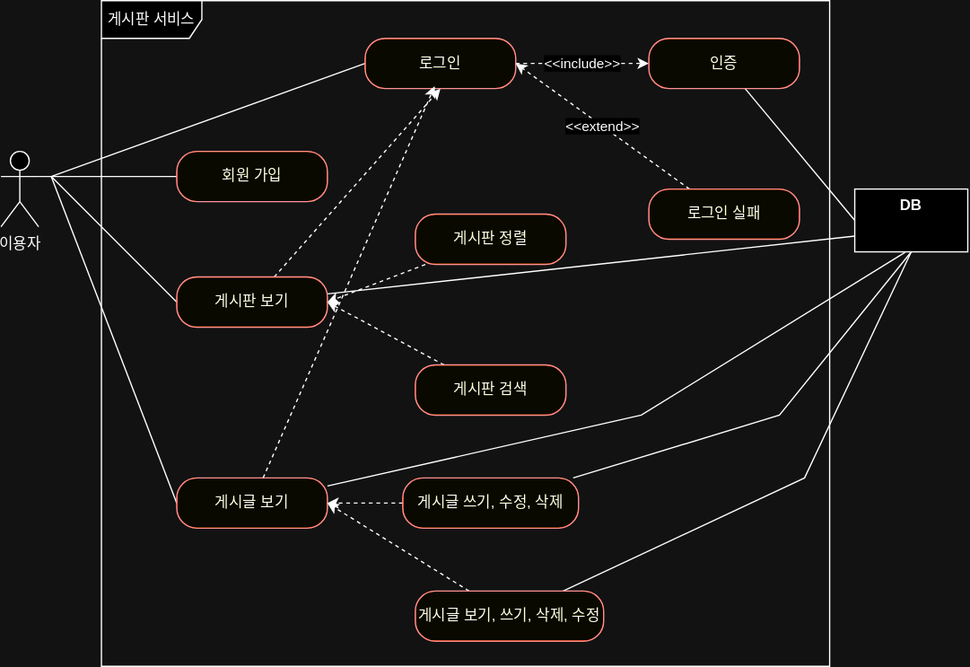
Above: Documents/use-case.svg in juju1997/basic-board-project (draw.io), before the change. Source tidied: cells renumbered, new cells last; positions are measured from the earlier drawing's top-left corner, leaving out a move shared by most shapes.
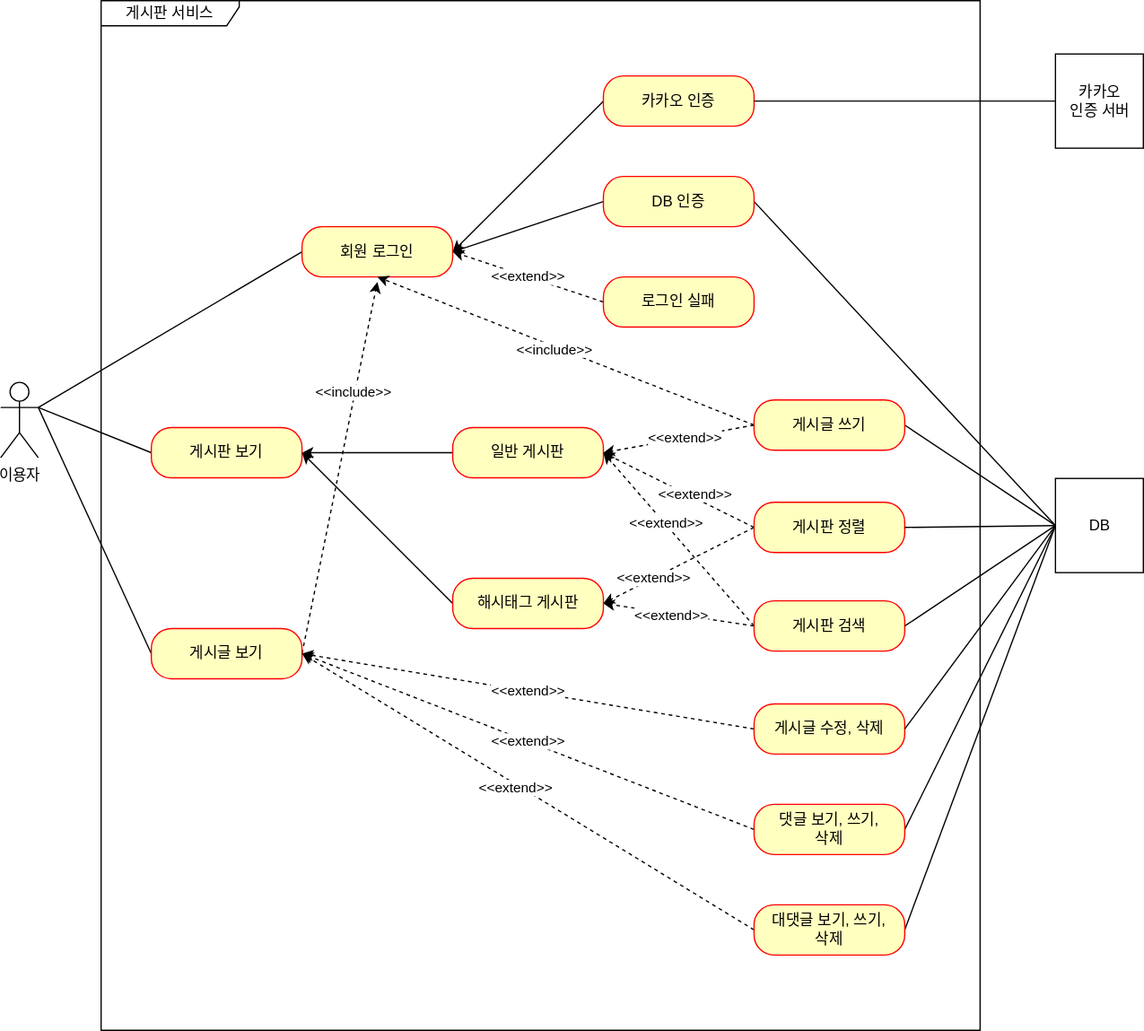
After the commit.

Commit message:
#45 - 기본 게시판 프로젝트 고도화에 따른 ERD 업데이트

안쓰는 기능 추가, 추가 되는 인증 등 추가

Diff of the diagram source:
```diff
@@ -3,112 +3,176 @@
     <mxCell id="0" />
     <mxCell id="1" parent="0" />
     <mxCell id="2" value="이용자" style="shape=umlActor;verticalLabelPosition=bottom;verticalAlign=top;html=1;" parent="1" vertex="1">
-      <mxGeometry y="120" width="30" height="60" as="geometry" />
+      <mxGeometry y="364" width="30" height="60" as="geometry" />
     </mxCell>
-    <mxCell id="3" value="게시판 서비스" style="shape=umlFrame;whiteSpace=wrap;html=1;width=80;height=30;" parent="1" vertex="1">
-      <mxGeometry x="80" width="580" height="530" as="geometry" />
+    <mxCell id="3" value="게시판 서비스" style="shape=umlFrame;whiteSpace=wrap;html=1;width=110;height=20;" parent="1" vertex="1">
+      <mxGeometry x="80" y="60" width="700" height="820" as="geometry" />
     </mxCell>
-    <mxCell id="4" style="rounded=0;jettySize=auto;html=1;exitX=0;exitY=0.5;exitDx=0;exitDy=0;entryX=1;entryY=0.3333333333333333;entryDx=0;entryDy=0;entryPerimeter=0;endArrow=none;endFill=0;" parent="1" edge="1" source="5" target="2">
-      <mxGeometry relative="1" as="geometry" />
-    </mxCell>
-    <mxCell id="5" value="회원 가입" style="rounded=1;whiteSpace=wrap;html=1;arcSize=40;fontColor=#000000;fillColor=#ffffc0;strokeColor=#ff0000;" parent="1" vertex="1">
-      <mxGeometry x="140" y="120" width="120" height="40" as="geometry" />
-    </mxCell>
-    <mxCell id="6" style="rounded=0;jettySize=auto;html=1;exitX=0;exitY=0.5;exitDx=0;exitDy=0;endArrow=none;endFill=0;" parent="1" edge="1" source="9">
-      <mxGeometry relative="1" as="geometry">
-        <mxPoint x="40" y="140" as="targetPoint" />
-      </mxGeometry>
-    </mxCell>
-    <mxCell id="7" style="rounded=0;jettySize=auto;html=1;entryX=0.5;entryY=1;entryDx=0;entryDy=0;dashed=1;" parent="1" edge="1" source="9" target="14">
-      <mxGeometry relative="1" as="geometry" />
-    </mxCell>
-    <mxCell id="8" style="rounded=0;jettySize=auto;html=1;entryX=0;entryY=0.75;entryDx=0;entryDy=0;endArrow=none;endFill=0;" parent="1" edge="1" source="9" target="30">
-      <mxGeometry relative="1" as="geometry" />
-    </mxCell>
+    <mxCell id="32" style="rounded=0;jettySize=auto;html=1;exitX=0;exitY=0.5;exitDx=0;exitDy=0;entryX=1;entryY=0.5;entryDx=0;entryDy=0;" parent="1" edge="1" source="33" target="9">
+      <mxGeometry relative="1" as="geometry" />
+    </mxCell>
+    <mxCell id="33" value="일반 게시판" style="rounded=1;whiteSpace=wrap;html=1;arcSize=40;fontColor=#000000;fillColor=#ffffc0;strokeColor=#ff0000;" parent="1" vertex="1">
+      <mxGeometry x="360" y="400" width="120" height="40" as="geometry" />
+    </mxCell>
+    <mxCell id="34" style="edgeStyle=none;rounded=0;jettySize=auto;html=1;exitX=0;exitY=0.5;exitDx=0;exitDy=0;entryX=1;entryY=0.3333333333333333;entryDx=0;entryDy=0;entryPerimeter=0;endArrow=none;endFill=0;" parent="1" edge="1" source="9" target="2">
+      <mxGeometry relative="1" as="geometry" />
+    </mxCell>
     <mxCell id="9" value="게시판 보기" style="rounded=1;whiteSpace=wrap;html=1;arcSize=40;fontColor=#000000;fillColor=#ffffc0;strokeColor=#ff0000;" parent="1" vertex="1">
-      <mxGeometry x="140" y="220" width="120" height="40" as="geometry" />
+      <mxGeometry x="120" y="400" width="120" height="40" as="geometry" />
     </mxCell>
-    <mxCell id="10" style="rounded=0;jettySize=auto;html=1;exitX=0;exitY=0.5;exitDx=0;exitDy=0;endArrow=none;endFill=0;" parent="1" edge="1" source="11">
-      <mxGeometry relative="1" as="geometry">
-        <mxPoint x="40" y="140" as="targetPoint" />
-      </mxGeometry>
-    </mxCell>
+    <mxCell id="35" style="edgeStyle=none;rounded=0;jettySize=auto;html=1;exitX=0;exitY=0.5;exitDx=0;exitDy=0;endArrow=none;endFill=0;" parent="1" edge="1" source="11">
+      <mxGeometry relative="1" as="geometry">
+        <mxPoint x="30" y="384" as="targetPoint" />
+      </mxGeometry>
+    </mxCell>
+    <mxCell id="36" style="edgeStyle=none;rounded=0;jettySize=auto;html=1;exitX=1;exitY=0.5;exitDx=0;exitDy=0;dashed=1;endArrow=classic;endFill=1;" parent="1" edge="1" source="11">
+      <mxGeometry relative="1" as="geometry">
+        <mxPoint x="300" y="284" as="targetPoint" />
+      </mxGeometry>
+    </mxCell>
+    <mxCell id="37" value="&amp;lt;&amp;lt;include&amp;gt;&amp;gt;" style="edgeLabel;html=1;align=center;verticalAlign=middle;" parent="36" vertex="1">
+      <mxGeometry x="0.41" y="2" relative="1" as="geometry" />
+    </mxCell>
     <mxCell id="11" value="게시글 보기" style="rounded=1;whiteSpace=wrap;html=1;arcSize=40;fontColor=#000000;fillColor=#ffffc0;strokeColor=#ff0000;" parent="1" vertex="1">
-      <mxGeometry x="140" y="380" width="120" height="40" as="geometry" />
+      <mxGeometry x="120" y="560" width="120" height="40" as="geometry" />
     </mxCell>
-    <mxCell id="12" style="jettySize=auto;html=1;exitX=0;exitY=0.5;exitDx=0;exitDy=0;strokeColor=default;rounded=0;strokeWidth=1;endArrow=none;endFill=0;" parent="1" edge="1" source="14">
-      <mxGeometry relative="1" as="geometry">
-        <mxPoint x="40" y="140" as="targetPoint" />
-      </mxGeometry>
-    </mxCell>
-    <mxCell id="13" value="&amp;lt;&amp;lt;include&amp;gt;&amp;gt;" style="edgeStyle=orthogonalEdgeStyle;rounded=0;jettySize=auto;html=1;entryX=0;entryY=0.5;entryDx=0;entryDy=0;endArrow=classic;endFill=1;dashed=1;" parent="1" edge="1" source="14" target="16">
-      <mxGeometry relative="1" as="geometry" />
-    </mxCell>
-    <mxCell id="14" value="로그인" style="rounded=1;whiteSpace=wrap;html=1;arcSize=40;fontColor=#000000;fillColor=#ffffc0;strokeColor=#ff0000;" parent="1" vertex="1">
-      <mxGeometry x="290" y="30" width="120" height="40" as="geometry" />
-    </mxCell>
-    <mxCell id="15" style="rounded=0;jettySize=auto;html=1;entryX=0;entryY=0.5;entryDx=0;entryDy=0;endArrow=none;endFill=0;" parent="1" edge="1" source="16" target="30">
-      <mxGeometry relative="1" as="geometry" />
-    </mxCell>
-    <mxCell id="16" value="인증" style="rounded=1;whiteSpace=wrap;html=1;arcSize=40;fontColor=#000000;fillColor=#ffffc0;strokeColor=#ff0000;" parent="1" vertex="1">
-      <mxGeometry x="516" y="30" width="120" height="40" as="geometry" />
-    </mxCell>
-    <mxCell id="17" value="&amp;lt;&amp;lt;extend&amp;gt;&amp;gt;" style="rounded=0;jettySize=auto;html=1;entryX=1;entryY=0.5;entryDx=0;entryDy=0;endArrow=classic;endFill=1;dashed=1;" parent="1" edge="1" source="18" target="14">
-      <mxGeometry relative="1" as="geometry" />
-    </mxCell>
+    <mxCell id="38" style="edgeStyle=none;rounded=0;jettySize=auto;html=1;exitX=0;exitY=0.5;exitDx=0;exitDy=0;endArrow=none;endFill=0;" parent="1" edge="1" source="39">
+      <mxGeometry relative="1" as="geometry">
+        <mxPoint x="30" y="384" as="targetPoint" />
+      </mxGeometry>
+    </mxCell>
+    <mxCell id="39" value="회원 로그인" style="rounded=1;whiteSpace=wrap;html=1;arcSize=40;fontColor=#000000;fillColor=#ffffc0;strokeColor=#ff0000;" parent="1" vertex="1">
+      <mxGeometry x="240" y="240" width="120" height="40" as="geometry" />
+    </mxCell>
+    <mxCell id="40" style="edgeStyle=none;rounded=0;jettySize=auto;html=1;exitX=1;exitY=0.5;exitDx=0;exitDy=0;entryX=0;entryY=0.5;entryDx=0;entryDy=0;endArrow=none;endFill=0;" parent="1" edge="1" source="42" target="30">
+      <mxGeometry relative="1" as="geometry" />
+    </mxCell>
+    <mxCell id="41" style="edgeStyle=none;rounded=0;jettySize=auto;html=1;exitX=0;exitY=0.5;exitDx=0;exitDy=0;entryX=1;entryY=0.5;entryDx=0;entryDy=0;endArrow=classic;endFill=1;" parent="1" edge="1" source="42" target="39">
+      <mxGeometry relative="1" as="geometry" />
+    </mxCell>
+    <mxCell id="42" value="DB 인증" style="rounded=1;whiteSpace=wrap;html=1;arcSize=40;fontColor=#000000;fillColor=#ffffc0;strokeColor=#ff0000;" parent="1" vertex="1">
+      <mxGeometry x="480" y="200" width="120" height="40" as="geometry" />
+    </mxCell>
+    <mxCell id="43" value="&amp;lt;&amp;lt;extend&amp;gt;&amp;gt;" style="edgeStyle=none;rounded=0;jettySize=auto;html=1;exitX=0;exitY=0.5;exitDx=0;exitDy=0;entryX=1;entryY=0.5;entryDx=0;entryDy=0;endArrow=classic;endFill=1;dashed=1;" parent="1" edge="1" source="18" target="39">
+      <mxGeometry relative="1" as="geometry" />
+    </mxCell>
     <mxCell id="18" value="로그인 실패" style="rounded=1;whiteSpace=wrap;html=1;arcSize=40;fontColor=#000000;fillColor=#ffffc0;strokeColor=#ff0000;" parent="1" vertex="1">
-      <mxGeometry x="516" y="150" width="120" height="40" as="geometry" />
+      <mxGeometry x="480" y="280" width="120" height="40" as="geometry" />
     </mxCell>
-    <mxCell id="19" style="rounded=0;jettySize=auto;html=1;entryX=1;entryY=0.5;entryDx=0;entryDy=0;dashed=1;" parent="1" edge="1" source="20" target="9">
-      <mxGeometry relative="1" as="geometry" />
-    </mxCell>
+    <mxCell id="44" style="edgeStyle=none;rounded=0;jettySize=auto;html=1;exitX=0;exitY=0.5;exitDx=0;exitDy=0;entryX=1;entryY=0.5;entryDx=0;entryDy=0;dashed=1;endArrow=classic;endFill=1;" parent="1" edge="1" source="20" target="33">
+      <mxGeometry relative="1" as="geometry" />
+    </mxCell>
+    <mxCell id="45" value="&amp;lt;&amp;lt;extend&amp;gt;&amp;gt;" style="edgeLabel;html=1;align=center;verticalAlign=middle;" parent="44" vertex="1">
+      <mxGeometry x="-0.18" y="-3" relative="1" as="geometry" />
+    </mxCell>
+    <mxCell id="46" style="edgeStyle=none;rounded=0;jettySize=auto;html=1;exitX=0;exitY=0.5;exitDx=0;exitDy=0;entryX=1;entryY=0.5;entryDx=0;entryDy=0;dashed=1;" parent="1" edge="1" source="20" target="63">
+      <mxGeometry relative="1" as="geometry" />
+    </mxCell>
+    <mxCell id="47" value="&amp;lt;&amp;lt;extend&amp;gt;&amp;gt;" style="edgeLabel;html=1;align=center;verticalAlign=middle;" parent="46" vertex="1">
+      <mxGeometry x="0.33" relative="1" as="geometry">
+        <mxPoint x="-1" as="offset" />
+      </mxGeometry>
+    </mxCell>
     <mxCell id="20" value="게시판 정렬" style="rounded=1;whiteSpace=wrap;html=1;arcSize=40;fontColor=#000000;fillColor=#ffffc0;strokeColor=#ff0000;" parent="1" vertex="1">
-      <mxGeometry x="330" y="170" width="120" height="40" as="geometry" />
+      <mxGeometry x="600" y="459.5" width="120" height="40" as="geometry" />
     </mxCell>
-    <mxCell id="21" style="rounded=0;jettySize=auto;html=1;entryX=1;entryY=0.5;entryDx=0;entryDy=0;dashed=1;" parent="1" edge="1" source="22" target="9">
-      <mxGeometry relative="1" as="geometry" />
-    </mxCell>
+    <mxCell id="48" style="edgeStyle=none;rounded=0;jettySize=auto;html=1;exitX=0;exitY=0.5;exitDx=0;exitDy=0;dashed=1;endArrow=classic;endFill=1;entryX=1;entryY=0.5;entryDx=0;entryDy=0;" parent="1" edge="1" source="22" target="33">
+      <mxGeometry relative="1" as="geometry" />
+    </mxCell>
+    <mxCell id="49" value="&amp;lt;&amp;lt;extend&amp;gt;&amp;gt;" style="edgeLabel;html=1;align=center;verticalAlign=middle;" parent="48" vertex="1">
+      <mxGeometry x="0.18" y="-1" relative="1" as="geometry" />
+    </mxCell>
+    <mxCell id="50" style="edgeStyle=none;rounded=0;jettySize=auto;html=1;exitX=0;exitY=0.5;exitDx=0;exitDy=0;entryX=1;entryY=0.5;entryDx=0;entryDy=0;dashed=1;" parent="1" edge="1" source="22" target="63">
+      <mxGeometry relative="1" as="geometry" />
+    </mxCell>
+    <mxCell id="51" value="&amp;lt;&amp;lt;extend&amp;gt;&amp;gt;" style="edgeLabel;html=1;align=center;verticalAlign=middle;" parent="50" vertex="1">
+      <mxGeometry x="0.11" y="2" relative="1" as="geometry">
+        <mxPoint x="1" as="offset" />
+      </mxGeometry>
+    </mxCell>
     <mxCell id="22" value="게시판 검색" style="rounded=1;whiteSpace=wrap;html=1;arcSize=40;fontColor=#000000;fillColor=#ffffc0;strokeColor=#ff0000;" parent="1" vertex="1">
-      <mxGeometry x="330" y="290" width="120" height="40" as="geometry" />
+      <mxGeometry x="600" y="538" width="120" height="40" as="geometry" />
     </mxCell>
-    <mxCell id="23" style="rounded=0;jettySize=auto;html=1;dashed=1;" parent="1" edge="1" source="25" target="11">
-      <mxGeometry relative="1" as="geometry" />
-    </mxCell>
-    <mxCell id="24" style="rounded=0;jettySize=auto;html=1;entryX=0.5;entryY=1;entryDx=0;entryDy=0;endArrow=none;endFill=0;" parent="1" edge="1" source="25" target="30">
-      <mxGeometry relative="1" as="geometry">
-        <Array as="points">
-          <mxPoint x="620" y="330" />
-        </Array>
-      </mxGeometry>
-    </mxCell>
-    <mxCell id="25" value="게시글 쓰기, 수정, 삭제" style="rounded=1;whiteSpace=wrap;html=1;arcSize=40;fontColor=#000000;fillColor=#ffffc0;strokeColor=#ff0000;" parent="1" vertex="1">
-      <mxGeometry x="320" y="380" width="140" height="40" as="geometry" />
-    </mxCell>
-    <mxCell id="26" style="rounded=0;jettySize=auto;html=1;entryX=1;entryY=0.5;entryDx=0;entryDy=0;dashed=1;" parent="1" edge="1" source="28" target="11">
-      <mxGeometry relative="1" as="geometry" />
-    </mxCell>
-    <mxCell id="27" style="rounded=0;jettySize=auto;html=1;entryX=0.5;entryY=1;entryDx=0;entryDy=0;endArrow=none;endFill=0;" parent="1" edge="1" source="28" target="30">
-      <mxGeometry relative="1" as="geometry">
-        <Array as="points">
-          <mxPoint x="640" y="380" />
-        </Array>
-      </mxGeometry>
-    </mxCell>
-    <mxCell id="28" value="게시글 보기, 쓰기, 삭제, 수정" style="rounded=1;whiteSpace=wrap;html=1;arcSize=40;fontColor=#000000;fillColor=#ffffc0;strokeColor=#ff0000;" parent="1" vertex="1">
-      <mxGeometry x="330" y="470" width="150" height="40" as="geometry" />
-    </mxCell>
-    <mxCell id="29" style="rounded=0;jettySize=auto;html=1;entryX=0.462;entryY=0.954;entryDx=0;entryDy=0;entryPerimeter=0;dashed=1;" parent="1" edge="1" source="11" target="14">
-      <mxGeometry relative="1" as="geometry" />
-    </mxCell>
+    <mxCell id="52" value="&amp;lt;&amp;lt;extend&amp;gt;&amp;gt;" style="edgeStyle=none;rounded=0;jettySize=auto;html=1;exitX=0;exitY=0.5;exitDx=0;exitDy=0;entryX=1;entryY=0.5;entryDx=0;entryDy=0;dashed=1;endArrow=classic;endFill=1;" parent="1" edge="1" source="53" target="11">
+      <mxGeometry relative="1" as="geometry" />
+    </mxCell>
+    <mxCell id="53" value="게시글 수정, 삭제" style="rounded=1;whiteSpace=wrap;html=1;arcSize=40;fontColor=#000000;fillColor=#ffffc0;strokeColor=#ff0000;" parent="1" vertex="1">
+      <mxGeometry x="600" y="620" width="120" height="40" as="geometry" />
+    </mxCell>
+    <mxCell id="54" style="edgeStyle=none;rounded=0;jettySize=auto;html=1;exitX=0;exitY=0.5;exitDx=0;exitDy=0;dashed=1;endArrow=classic;endFill=1;entryX=1;entryY=0.5;entryDx=0;entryDy=0;" parent="1" edge="1" source="57" target="11">
+      <mxGeometry relative="1" as="geometry" />
+    </mxCell>
+    <mxCell id="55" value="&amp;lt;&amp;lt;extend&amp;gt;&amp;gt;" style="edgeLabel;html=1;align=center;verticalAlign=middle;" parent="54" vertex="1">
+      <mxGeometry x="0.01" relative="1" as="geometry" />
+    </mxCell>
+    <mxCell id="56" style="edgeStyle=none;rounded=0;jettySize=auto;html=1;exitX=1;exitY=0.5;exitDx=0;exitDy=0;endArrow=none;endFill=0;entryX=0;entryY=0.5;entryDx=0;entryDy=0;" parent="1" edge="1" source="57" target="30">
+      <mxGeometry relative="1" as="geometry" />
+    </mxCell>
+    <mxCell id="57" value="댓글 보기, 쓰기,&lt;br&gt;삭제" style="rounded=1;whiteSpace=wrap;html=1;arcSize=40;fontColor=#000000;fillColor=#ffffc0;strokeColor=#ff0000;" parent="1" vertex="1">
+      <mxGeometry x="600" y="700" width="120" height="40" as="geometry" />
+    </mxCell>
+    <mxCell id="58" style="edgeStyle=none;rounded=0;jettySize=auto;html=1;exitX=0;exitY=0.5;exitDx=0;exitDy=0;entryX=1;entryY=0.5;entryDx=0;entryDy=0;endArrow=none;endFill=0;" parent="1" edge="1" source="30" target="53">
+      <mxGeometry relative="1" as="geometry" />
+    </mxCell>
+    <mxCell id="59" style="edgeStyle=none;rounded=0;jettySize=auto;html=1;exitX=0;exitY=0.5;exitDx=0;exitDy=0;entryX=1;entryY=0.5;entryDx=0;entryDy=0;endArrow=none;endFill=0;" parent="1" edge="1" source="30" target="22">
+      <mxGeometry relative="1" as="geometry" />
+    </mxCell>
+    <mxCell id="60" style="edgeStyle=none;rounded=0;jettySize=auto;html=1;exitX=0;exitY=0.5;exitDx=0;exitDy=0;entryX=1;entryY=0.5;entryDx=0;entryDy=0;endArrow=none;endFill=0;" parent="1" edge="1" source="30" target="20">
+      <mxGeometry relative="1" as="geometry" />
+    </mxCell>
+    <mxCell id="61" style="edgeStyle=none;rounded=0;jettySize=auto;html=1;exitX=0;exitY=0.5;exitDx=0;exitDy=0;entryX=1;entryY=0.5;entryDx=0;entryDy=0;endArrow=none;endFill=0;" parent="1" edge="1" source="30" target="69">
+      <mxGeometry relative="1" as="geometry" />
+    </mxCell>
-    <mxCell id="30" value="&lt;p style=&quot;margin:0px;margin-top:6px;text-align:center;&quot;&gt;&lt;b&gt;DB&lt;/b&gt;&lt;/p&gt;" style="align=left;overflow=fill;html=1;whiteSpace=wrap;" parent="1" vertex="1">
-      <mxGeometry x="680" y="150" width="90" height="50" as="geometry" />
+    <mxCell id="30" value="DB" style="html=1;" parent="1" vertex="1">
+      <mxGeometry x="840" y="440.5" width="70" height="75" as="geometry" />
     </mxCell>
-    <mxCell id="31" style="rounded=0;jettySize=auto;html=1;entryX=0.445;entryY=1.009;entryDx=0;entryDy=0;entryPerimeter=0;endArrow=none;endFill=0;" parent="1" edge="1" source="11" target="30">
-      <mxGeometry relative="1" as="geometry">
-        <Array as="points">
-          <mxPoint x="510" y="330" />
-        </Array>
-      </mxGeometry>
-    </mxCell>
+    <mxCell id="62" style="jettySize=auto;html=1;exitX=0;exitY=0.5;exitDx=0;exitDy=0;entryX=1;entryY=0.5;entryDx=0;entryDy=0;rounded=0;" parent="1" edge="1" source="63" target="9">
+      <mxGeometry relative="1" as="geometry" />
+    </mxCell>
+    <mxCell id="63" value="해시태그 게시판" style="rounded=1;whiteSpace=wrap;html=1;arcSize=40;fontColor=#000000;fillColor=#ffffc0;strokeColor=#ff0000;" parent="1" vertex="1">
+      <mxGeometry x="360" y="520" width="120" height="40" as="geometry" />
+    </mxCell>
+    <mxCell id="64" style="edgeStyle=none;rounded=0;orthogonalLoop=1;jettySize=auto;html=1;exitX=0;exitY=0.5;exitDx=0;exitDy=0;" parent="1" edge="1" source="22" target="22">
+      <mxGeometry relative="1" as="geometry" />
+    </mxCell>
+    <mxCell id="65" style="edgeStyle=none;rounded=0;jettySize=auto;html=1;exitX=0;exitY=0.5;exitDx=0;exitDy=0;entryX=1;entryY=0.5;entryDx=0;entryDy=0;dashed=1;" parent="1" edge="1" source="69" target="33">
+      <mxGeometry relative="1" as="geometry" />
+    </mxCell>
+    <mxCell id="66" value="&amp;lt;&amp;lt;extend&amp;gt;&amp;gt;" style="edgeLabel;html=1;align=center;verticalAlign=middle;" parent="65" vertex="1">
+      <mxGeometry x="-0.09" y="-1" relative="1" as="geometry" />
+    </mxCell>
+    <mxCell id="67" style="edgeStyle=none;rounded=0;jettySize=auto;html=1;exitX=0;exitY=0.5;exitDx=0;exitDy=0;entryX=0.5;entryY=1;entryDx=0;entryDy=0;endArrow=classic;endFill=1;dashed=1;" parent="1" edge="1" source="69" target="39">
+      <mxGeometry relative="1" as="geometry" />
+    </mxCell>
+    <mxCell id="68" value="&amp;lt;&amp;lt;include&amp;gt;&amp;gt;" style="edgeLabel;html=1;align=center;verticalAlign=middle;" parent="67" vertex="1">
+      <mxGeometry x="0.06" y="2" relative="1" as="geometry" />
+    </mxCell>
+    <mxCell id="69" value="게시글 쓰기" style="rounded=1;whiteSpace=wrap;html=1;arcSize=40;fontColor=#000000;fillColor=#ffffc0;strokeColor=#ff0000;" parent="1" vertex="1">
+      <mxGeometry x="600" y="378" width="120" height="40" as="geometry" />
+    </mxCell>
+    <mxCell id="70" style="edgeStyle=none;rounded=0;jettySize=auto;html=1;exitX=0;exitY=0.5;exitDx=0;exitDy=0;entryX=1;entryY=0.5;entryDx=0;entryDy=0;endArrow=classic;endFill=1;dashed=1;" parent="1" edge="1" source="73" target="11">
+      <mxGeometry relative="1" as="geometry" />
+    </mxCell>
+    <mxCell id="71" value="&amp;lt;&amp;lt;extend&amp;gt;&amp;gt;" style="edgeLabel;html=1;align=center;verticalAlign=middle;" parent="70" vertex="1">
+      <mxGeometry x="0.05" y="3" relative="1" as="geometry" />
+    </mxCell>
+    <mxCell id="72" style="edgeStyle=none;rounded=0;jettySize=auto;html=1;exitX=1;exitY=0.5;exitDx=0;exitDy=0;entryX=0;entryY=0.5;entryDx=0;entryDy=0;endArrow=none;endFill=0;" parent="1" edge="1" source="73" target="30">
+      <mxGeometry relative="1" as="geometry" />
+    </mxCell>
+    <mxCell id="73" value="대댓글 보기, 쓰기,&lt;br&gt;삭제" style="rounded=1;whiteSpace=wrap;html=1;arcSize=40;fontColor=#000000;fillColor=#ffffc0;strokeColor=#ff0000;" parent="1" vertex="1">
+      <mxGeometry x="600" y="780" width="120" height="40" as="geometry" />
+    </mxCell>
+    <mxCell id="74" style="rounded=0;jettySize=auto;html=1;exitX=0;exitY=0.5;exitDx=0;exitDy=0;entryX=1;entryY=0.5;entryDx=0;entryDy=0;endArrow=classic;endFill=1;" parent="1" edge="1" source="75" target="39">
+      <mxGeometry relative="1" as="geometry" />
+    </mxCell>
+    <mxCell id="75" value="카카오 인증" style="rounded=1;whiteSpace=wrap;html=1;arcSize=40;fontColor=#000000;fillColor=#ffffc0;strokeColor=#ff0000;" parent="1" vertex="1">
+      <mxGeometry x="480" y="120" width="120" height="40" as="geometry" />
+    </mxCell>
+    <mxCell id="76" style="edgeStyle=orthogonalEdgeStyle;rounded=0;jettySize=auto;html=1;exitX=0;exitY=0.5;exitDx=0;exitDy=0;entryX=1;entryY=0.5;entryDx=0;entryDy=0;endArrow=none;endFill=0;" parent="1" edge="1" source="77" target="75">
+      <mxGeometry relative="1" as="geometry" />
+    </mxCell>
+    <mxCell id="77" value="카카오&lt;br&gt;인증 서버" style="html=1;" parent="1" vertex="1">
+      <mxGeometry x="840" y="102.5" width="70" height="75" as="geometry" />
+    </mxCell>
   </root>
 </mxGraphModel>
```
